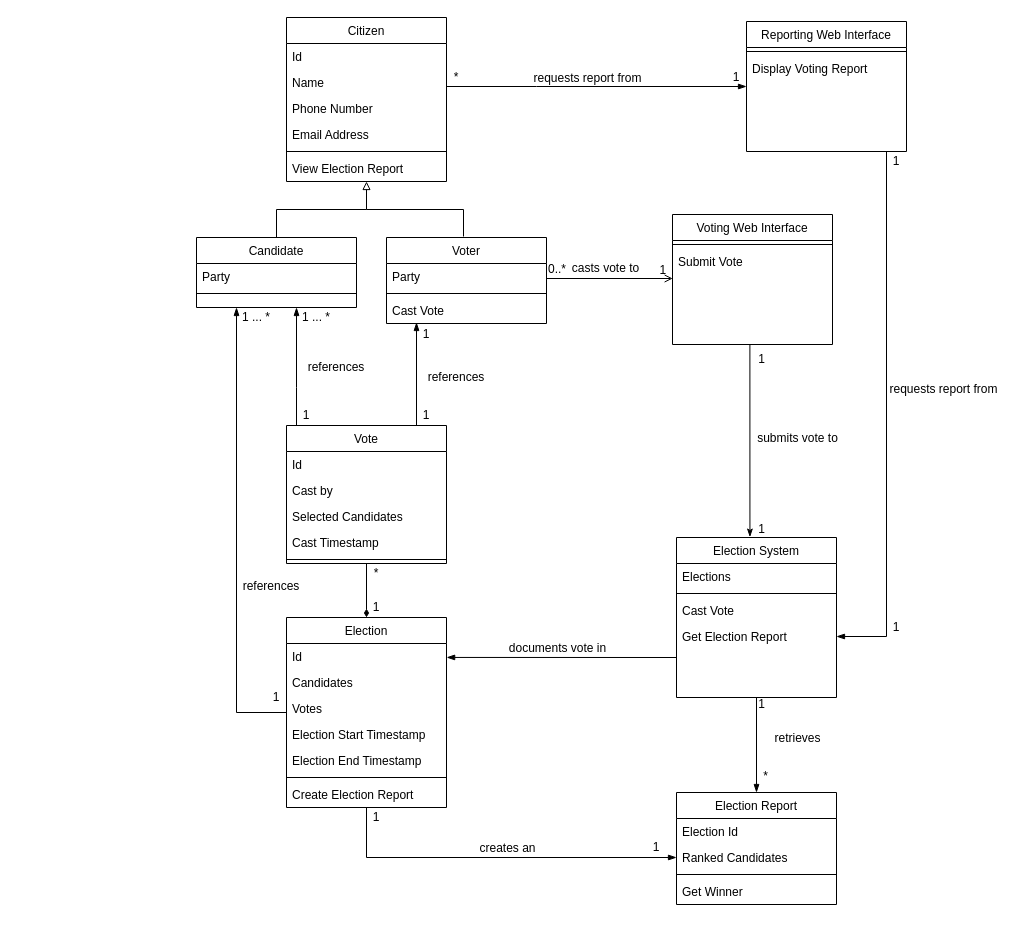
Before: page "Domain Model" (1 of 2) of docs/architecture/sortofair.drawio in JoshuaSchlichting/sweng894-capstone, a draw.io diagram. Source tidied: cells renumbered, new cells numbered last; positions are measured from the earlier drawing's top-left corner, leaving out a move shared by most shapes. Both pictures are drawn from the tidied source at 100%, with x=0, y=0 at pixel (196, 17).
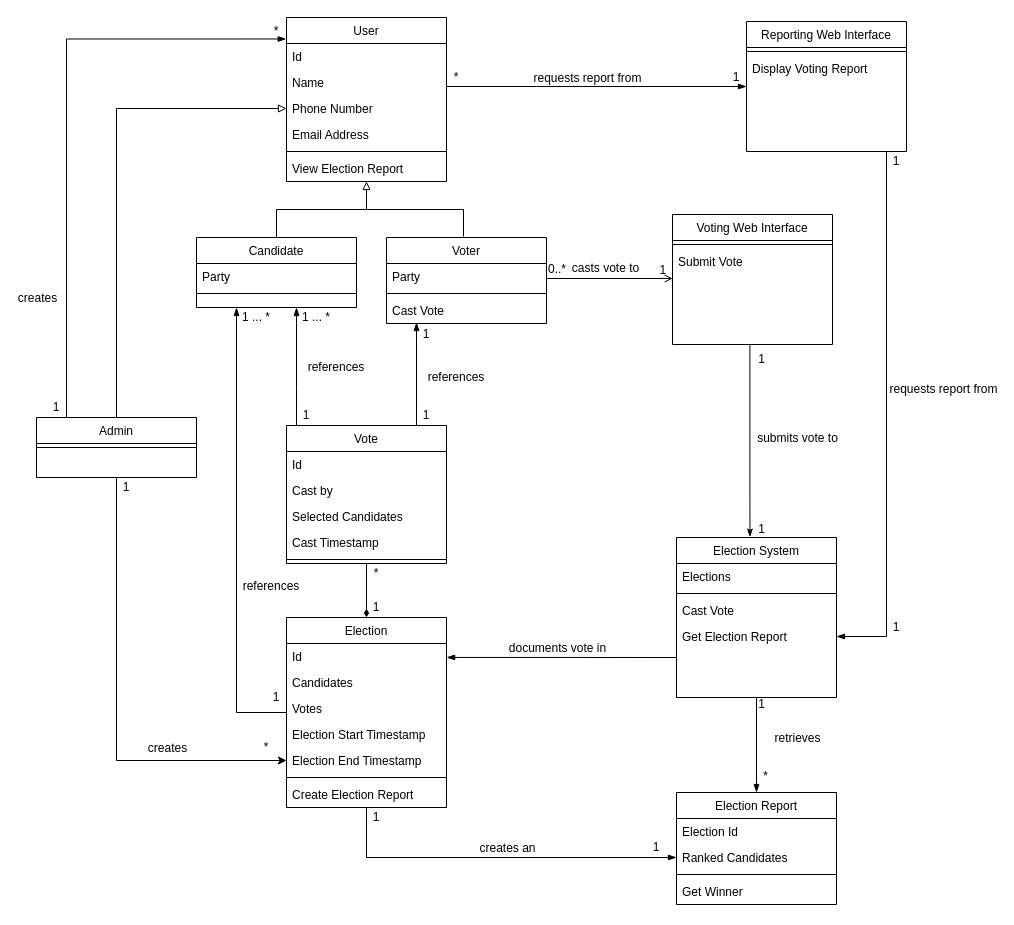
Above is the later version.

The change refers to these unchanged cells:
```xml
<mxCell id="13" value="Election End Timestamp" style="text;align=left;verticalAlign=top;spacingLeft=4;spacingRight=4;overflow=hidden;points=[[0,0.5],[1,0.5]];portConstraint=eastwest;rounded=0;shadow=0;html=0;" parent="8" vertex="1">
  <mxGeometry y="130" width="160" height="26" as="geometry" />
</mxCell>
<mxCell id="28" value="Phone Number" style="text;align=left;verticalAlign=top;spacingLeft=4;spacingRight=4;overflow=hidden;points=[[0,0.5],[1,0.5]];portConstraint=eastwest;rounded=0;shadow=0;html=0;" parent="25" vertex="1">
  <mxGeometry y="78" width="160" height="26" as="geometry" />
</mxCell>
```

The edit, as a diff of the source:
```diff
@@
-    <mxCell id="25" value="Citizen" style="swimlane;fontStyle=0;align=center;verticalAlign=top;horizontal=1;startSize=26;rounded=0;shadow=0;strokeWidth=1;" parent="1" vertex="1">
+    <mxCell id="25" value="User" style="swimlane;fontStyle=0;align=center;verticalAlign=top;horizontal=1;startSize=26;rounded=0;shadow=0;strokeWidth=1;" parent="1" vertex="1">
       <mxGeometry x="90" width="160" height="164" as="geometry" />
     </mxCell>
@@
+    <mxCell id="89" style="edgeStyle=orthogonalEdgeStyle;rounded=0;jettySize=auto;html=1;entryX=0;entryY=0.5;entryDx=0;entryDy=0;endArrow=block;endFill=0;" parent="1" edge="1" source="92" target="28">
+      <mxGeometry relative="1" as="geometry" />
+    </mxCell>
+    <mxCell id="90" style="edgeStyle=orthogonalEdgeStyle;rounded=0;jettySize=auto;html=1;entryX=0;entryY=0.5;entryDx=0;entryDy=0;endArrow=classic;endFill=1;" parent="1" edge="1" source="92" target="13">
+      <mxGeometry relative="1" as="geometry" />
+    </mxCell>
+    <mxCell id="91" style="edgeStyle=orthogonalEdgeStyle;rounded=0;jettySize=auto;html=1;endArrow=blockThin;endFill=1;entryX=-0.002;entryY=0.131;entryDx=0;entryDy=0;entryPerimeter=0;" parent="1" edge="1" source="92" target="25">
+      <mxGeometry relative="1" as="geometry">
+        <Array as="points">
+          <mxPoint x="-130" y="21" />
+        </Array>
+      </mxGeometry>
+    </mxCell>
+    <mxCell id="92" value="Admin" style="swimlane;fontStyle=0;align=center;verticalAlign=top;horizontal=1;startSize=26;rounded=0;shadow=0;strokeWidth=1;" parent="1" vertex="1">
+      <mxGeometry x="-160" y="400" width="160" height="60" as="geometry" />
+    </mxCell>
+    <mxCell id="93" style="line;html=1;strokeWidth=1;align=left;verticalAlign=middle;spacingTop=-1;spacingLeft=3;spacingRight=3;labelPosition=right;" parent="92" vertex="1">
+      <mxGeometry y="26" width="160" height="8" as="geometry" />
+    </mxCell>
+    <mxCell id="94" value="creates" style="text;html=1;align=center;verticalAlign=middle;labelBackgroundColor=none;rounded=0;shadow=0;strokeWidth=1;fontSize=12;" parent="1" vertex="1">
+      <mxGeometry x="-30" y="730" as="geometry" />
+    </mxCell>
+    <mxCell id="95" value="1" style="text;html=1;strokeColor=none;fillColor=none;align=center;verticalAlign=middle;whiteSpace=wrap;rounded=0;" parent="1" vertex="1">
+      <mxGeometry x="-90" y="460" width="40" height="20" as="geometry" />
+    </mxCell>
+    <mxCell id="96" value="*" style="text;html=1;strokeColor=none;fillColor=none;align=center;verticalAlign=middle;whiteSpace=wrap;rounded=0;" parent="1" vertex="1">
+      <mxGeometry x="50" y="720" width="40" height="20" as="geometry" />
+    </mxCell>
+    <mxCell id="97" value="1" style="text;html=1;strokeColor=none;fillColor=none;align=center;verticalAlign=middle;whiteSpace=wrap;rounded=0;" parent="1" vertex="1">
+      <mxGeometry x="-160" y="380" width="40" height="20" as="geometry" />
+    </mxCell>
+    <mxCell id="98" value="*" style="text;html=1;strokeColor=none;fillColor=none;align=center;verticalAlign=middle;whiteSpace=wrap;rounded=0;" parent="1" vertex="1">
+      <mxGeometry x="70" y="4" width="20" height="20" as="geometry" />
+    </mxCell>
+    <mxCell id="99" value="creates" style="text;html=1;align=center;verticalAlign=middle;labelBackgroundColor=none;rounded=0;shadow=0;strokeWidth=1;fontSize=12;" parent="1" vertex="1">
+      <mxGeometry x="-160" y="280" as="geometry" />
+    </mxCell>
```
